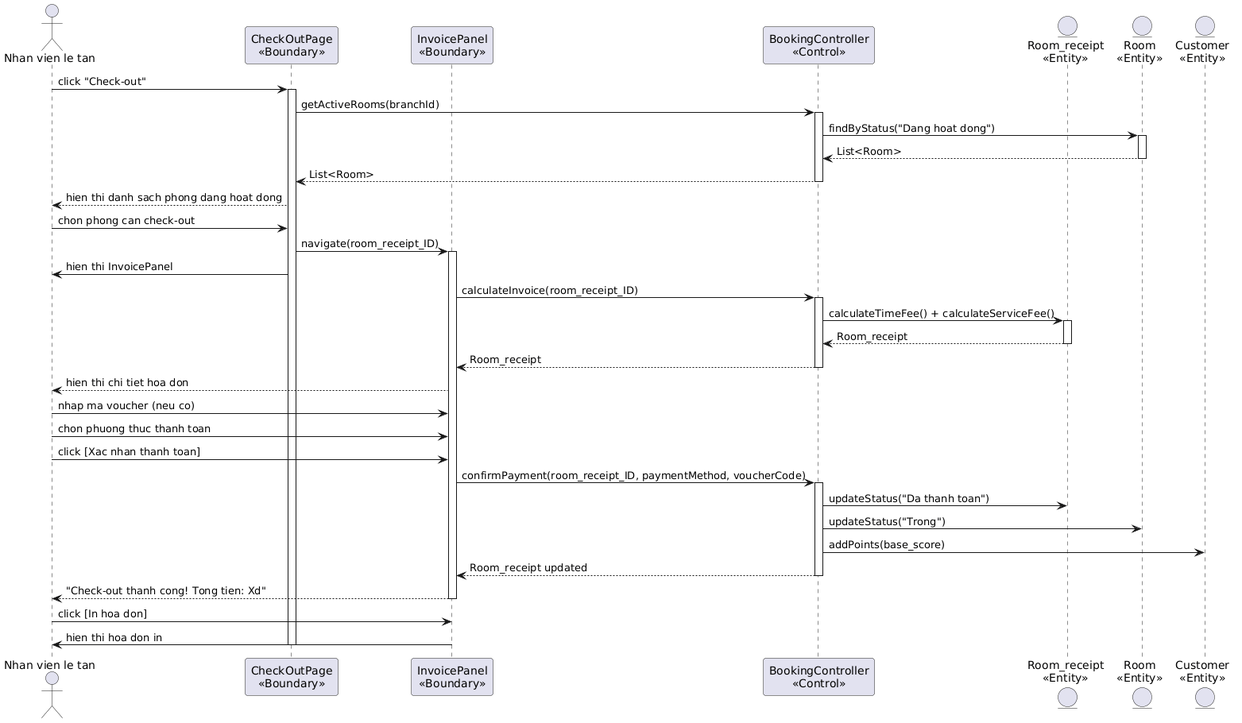
The PlantUML diagram output/diagrams/booking_seq_3.png in thanhtrnnn/cnpm, before a commit. Its diagram source:
```plantuml
@startuml
actor "Nhan vien le tan" as NV
participant "CheckOutPage\n<<Boundary>>" as CheckOut
participant "InvoicePanel\n<<Boundary>>" as Invoice
participant "BookingController\n<<Control>>" as Ctrl
entity "Room_receipt\n<<Entity>>" as RR
entity "Room\n<<Entity>>" as Room
entity "Customer\n<<Entity>>" as Cust

NV -> CheckOut: click "Check-out"
activate CheckOut
CheckOut -> Ctrl: getActiveRooms(branchId)
activate Ctrl
Ctrl -> Room: findByStatus("Dang hoat dong")
activate Room
Room --> Ctrl: List<Room>
deactivate Room
Ctrl --> CheckOut: List<Room>
deactivate Ctrl
CheckOut --> NV: hien thi danh sach phong dang hoat dong

NV -> CheckOut: chon phong can check-out
CheckOut -> Invoice: navigate(room_receipt_ID)
activate Invoice
CheckOut -> NV: hien thi InvoicePanel

Invoice -> Ctrl: calculateInvoice(room_receipt_ID)
activate Ctrl
Ctrl -> RR: calculateTimeFee() + calculateServiceFee()
activate RR
RR --> Ctrl: Room_receipt
deactivate RR
Ctrl --> Invoice: Room_receipt
deactivate Ctrl
Invoice --> NV: hien thi chi tiet hoa don

NV -> Invoice: nhap ma voucher (neu co)
NV -> Invoice: chon phuong thuc thanh toan
NV -> Invoice: click [Xac nhan thanh toan]
Invoice -> Ctrl: confirmPayment(room_receipt_ID, paymentMethod, voucherCode)
activate Ctrl
Ctrl -> RR: updateStatus("Da thanh toan")
Ctrl -> Room: updateStatus("Trong")
Ctrl -> Cust: addPoints(base_score)
Ctrl --> Invoice: Room_receipt updated
deactivate Ctrl
Invoice --> NV: "Check-out thanh cong! Tong tien: Xd"
deactivate Invoice

NV -> Invoice: click [In hoa don]
Invoice -> NV: hien thi hoa don in
deactivate CheckOut
@enduml
```
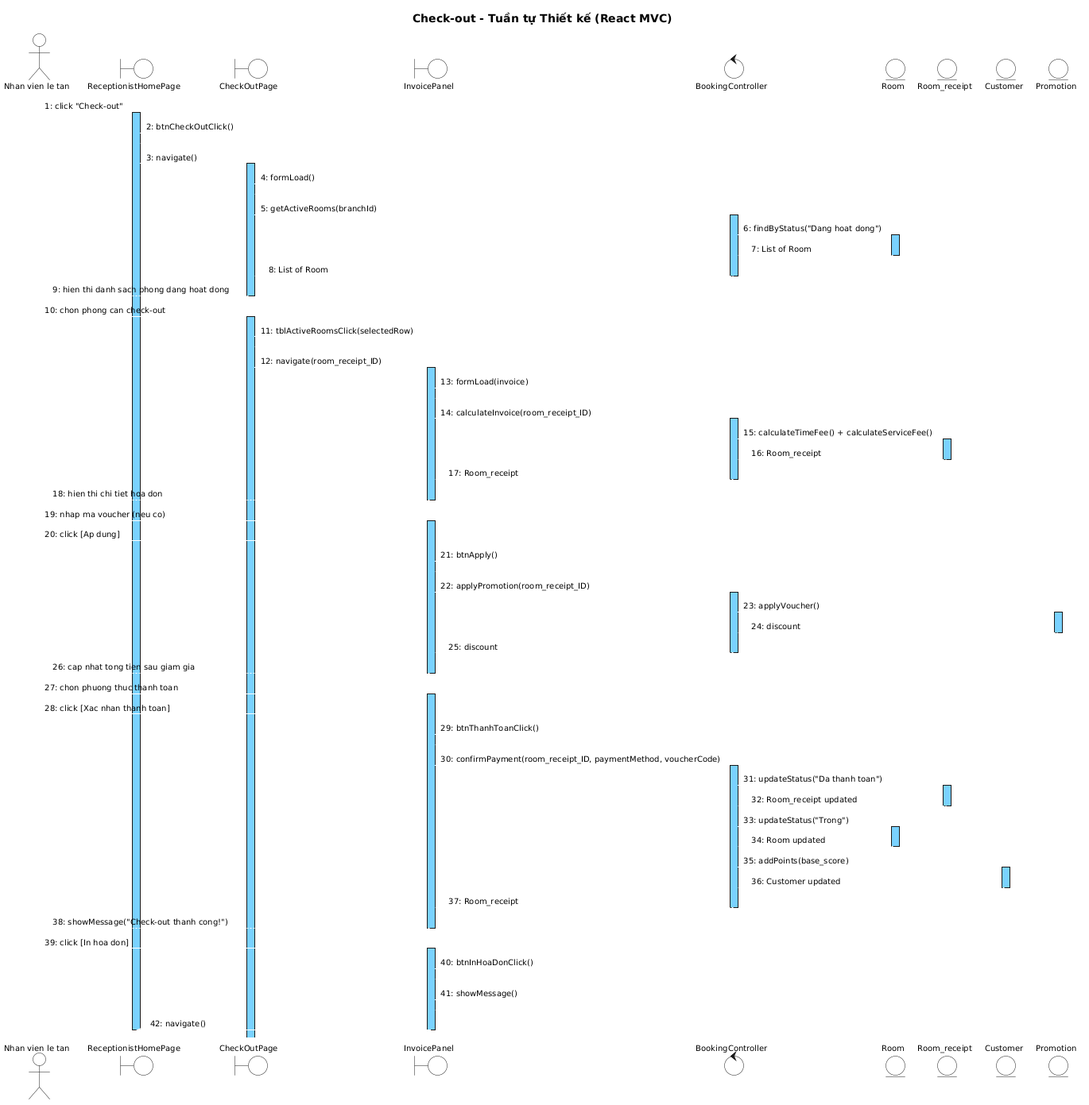
Later version of the same file.

Change to the diagram source:
```diff
@@ -1,53 +1,115 @@
 @startuml
+skinparam shadowing false
+skinparam SequenceMessageAlign left
+skinparam SequenceLifeLineBackgroundColor #7AD2FF
+skinparam SequenceLifeLineBorderColor #000000
+
+<style>
+sequenceDiagram {
+  Shadowing 0
+  RoundCorner 0
+  FontName "Arial"
+  FontSize 10
+  FontColor #000000
+  participant { BackgroundColor #7AD2FF LineColor #000000 LineThickness 1 }
+  actor { BackgroundColor transparent LineColor #000000 }
+  boundary { BackgroundColor #7AD2FF LineColor #000000 }
+  control { BackgroundColor #7AD2FF LineColor #000000 }
+  entity { BackgroundColor #7AD2FF LineColor #000000 }
+  lifeline { LineColor #000000 LineStyle 5-5 }
+  arrow { LineColor #000000 LineThickness 1 FontSize 10 }
+}
+</style>
+
+title Check-out - Tuần tự Thiết kế (React MVC)
+
 actor "Nhan vien le tan" as NV
-participant "CheckOutPage\n<<Boundary>>" as CheckOut
-participant "InvoicePanel\n<<Boundary>>" as Invoice
-participant "BookingController\n<<Control>>" as Ctrl
-entity "Room_receipt\n<<Entity>>" as RR
-entity "Room\n<<Entity>>" as Room
-entity "Customer\n<<Entity>>" as Cust
+boundary ReceptionistHomePage
+boundary CheckOutPage
+boundary InvoicePanel
+control BookingController
+entity Room
+entity Room_receipt
+entity Customer
+entity Promotion
 
-NV -> CheckOut: click "Check-out"
-activate CheckOut
-CheckOut -> Ctrl: getActiveRooms(branchId)
-activate Ctrl
-Ctrl -> Room: findByStatus("Dang hoat dong")
+NV -> ReceptionistHomePage : 1: click "Check-out"
+activate ReceptionistHomePage
+ReceptionistHomePage -> ReceptionistHomePage : 2: btnCheckOutClick()
+ReceptionistHomePage -> CheckOutPage : 3: navigate()
+activate CheckOutPage
+CheckOutPage -> CheckOutPage : 4: formLoad()
+CheckOutPage -> BookingController : 5: getActiveRooms(branchId)
+activate BookingController
+BookingController -> Room : 6: findByStatus("Dang hoat dong")
 activate Room
-Room --> Ctrl: List<Room>
+Room --> BookingController : 7: List of Room
 deactivate Room
-Ctrl --> CheckOut: List<Room>
-deactivate Ctrl
-CheckOut --> NV: hien thi danh sach phong dang hoat dong
+BookingController --> CheckOutPage : 8: List of Room
+deactivate BookingController
+CheckOutPage --> NV : 9: hien thi danh sach phong dang hoat dong
+deactivate CheckOutPage
 
-NV -> CheckOut: chon phong can check-out
-CheckOut -> Invoice: navigate(room_receipt_ID)
-activate Invoice
-CheckOut -> NV: hien thi InvoicePanel
+NV -> CheckOutPage : 10: chon phong can check-out
+activate CheckOutPage
+CheckOutPage -> CheckOutPage : 11: tblActiveRoomsClick(selectedRow)
+CheckOutPage -> InvoicePanel : 12: navigate(room_receipt_ID)
+activate InvoicePanel
+InvoicePanel -> InvoicePanel : 13: formLoad(invoice)
+InvoicePanel -> BookingController : 14: calculateInvoice(room_receipt_ID)
+activate BookingController
+BookingController -> Room_receipt : 15: calculateTimeFee() + calculateServiceFee()
+activate Room_receipt
+Room_receipt --> BookingController : 16: Room_receipt
+deactivate Room_receipt
+BookingController --> InvoicePanel : 17: Room_receipt
+deactivate BookingController
+InvoicePanel --> NV : 18: hien thi chi tiet hoa don
+deactivate InvoicePanel
 
-Invoice -> Ctrl: calculateInvoice(room_receipt_ID)
-activate Ctrl
-Ctrl -> RR: calculateTimeFee() + calculateServiceFee()
-activate RR
-RR --> Ctrl: Room_receipt
-deactivate RR
-Ctrl --> Invoice: Room_receipt
-deactivate Ctrl
-Invoice --> NV: hien thi chi tiet hoa don
+NV -> InvoicePanel : 19: nhap ma voucher (neu co)
+activate InvoicePanel
+NV -> InvoicePanel : 20: click [Ap dung]
+InvoicePanel -> InvoicePanel : 21: btnApply()
+InvoicePanel -> BookingController : 22: applyPromotion(room_receipt_ID)
+activate BookingController
+BookingController -> Promotion : 23: applyVoucher()
+activate Promotion
+Promotion --> BookingController : 24: discount
+deactivate Promotion
+BookingController --> InvoicePanel : 25: discount
+deactivate BookingController
+InvoicePanel --> NV : 26: cap nhat tong tien sau giam gia
+deactivate InvoicePanel
 
-NV -> Invoice: nhap ma voucher (neu co)
-NV -> Invoice: chon phuong thuc thanh toan
-NV -> Invoice: click [Xac nhan thanh toan]
-Invoice -> Ctrl: confirmPayment(room_receipt_ID, paymentMethod, voucherCode)
-activate Ctrl
-Ctrl -> RR: updateStatus("Da thanh toan")
-Ctrl -> Room: updateStatus("Trong")
-Ctrl -> Cust: addPoints(base_score)
-Ctrl --> Invoice: Room_receipt updated
-deactivate Ctrl
-Invoice --> NV: "Check-out thanh cong! Tong tien: Xd"
-deactivate Invoice
+NV -> InvoicePanel : 27: chon phuong thuc thanh toan
+activate InvoicePanel
+NV -> InvoicePanel : 28: click [Xac nhan thanh toan]
+InvoicePanel -> InvoicePanel : 29: btnThanhToanClick()
+InvoicePanel -> BookingController : 30: confirmPayment(room_receipt_ID, paymentMethod, voucherCode)
+activate BookingController
+BookingController -> Room_receipt : 31: updateStatus("Da thanh toan")
+activate Room_receipt
+Room_receipt --> BookingController : 32: Room_receipt updated
+deactivate Room_receipt
+BookingController -> Room : 33: updateStatus("Trong")
+activate Room
+Room --> BookingController : 34: Room updated
+deactivate Room
+BookingController -> Customer : 35: addPoints(base_score)
+activate Customer
+Customer --> BookingController : 36: Customer updated
+deactivate Customer
+BookingController --> InvoicePanel : 37: Room_receipt
+deactivate BookingController
+InvoicePanel --> NV : 38: showMessage("Check-out thanh cong!")
+deactivate InvoicePanel
 
-NV -> Invoice: click [In hoa don]
-Invoice -> NV: hien thi hoa don in
-deactivate CheckOut
+NV -> InvoicePanel : 39: click [In hoa don]
+activate InvoicePanel
+InvoicePanel -> InvoicePanel : 40: btnInHoaDonClick()
+InvoicePanel -> InvoicePanel : 41: showMessage()
+InvoicePanel -> ReceptionistHomePage : 42: navigate()
+deactivate InvoicePanel
+deactivate ReceptionistHomePage
 @enduml
```
